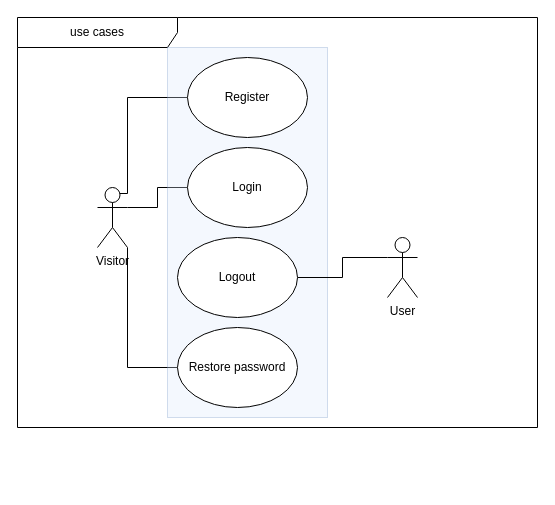
Above: docs/raw_diags/use_cases.drawio in lyphrowny/Porphiriy_2 (draw.io), before the change. Source tidied: cells renumbered, new cells numbered last; positions are measured from the earlier drawing's top-left corner, leaving out a move shared by most shapes. Both pictures are drawn from the tidied source at 100%, with x=0, y=0 at pixel (17, 17).
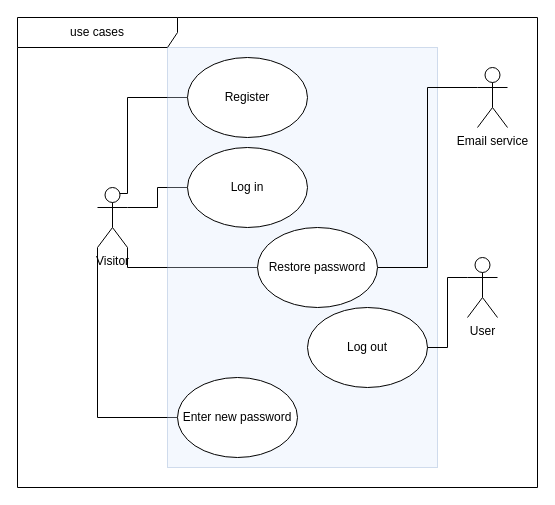
After the change.

Diff of the diagram source:
```diff
@@
 <mxGraphModel>
   <root>
     <mxCell id="0" />
     <mxCell id="1" parent="0" />
     <mxCell id="2" style="edgeStyle=orthogonalEdgeStyle;rounded=0;jettySize=auto;html=1;exitX=0.75;exitY=0.1;exitDx=0;exitDy=0;exitPerimeter=0;entryX=0;entryY=0.5;entryDx=0;entryDy=0;endArrow=none;endFill=0;" parent="1" edge="1" source="5" target="10">
       <mxGeometry relative="1" as="geometry">
         <Array as="points">
           <mxPoint x="110" y="176" />
           <mxPoint x="110" y="80" />
         </Array>
       </mxGeometry>
     </mxCell>
     <mxCell id="3" style="edgeStyle=orthogonalEdgeStyle;rounded=0;jettySize=auto;html=1;exitX=1;exitY=0.3333333333333333;exitDx=0;exitDy=0;exitPerimeter=0;entryX=0;entryY=0.5;entryDx=0;entryDy=0;endArrow=none;endFill=0;" parent="1" edge="1" source="5" target="11">
       <mxGeometry relative="1" as="geometry" />
     </mxCell>
     <mxCell id="4" style="edgeStyle=orthogonalEdgeStyle;rounded=0;jettySize=auto;html=1;exitX=1;exitY=1;exitDx=0;exitDy=0;exitPerimeter=0;entryX=0;entryY=0.5;entryDx=0;entryDy=0;endArrow=none;endFill=0;" parent="1" edge="1" source="5" target="13">
       <mxGeometry relative="1" as="geometry" />
     </mxCell>
+    <mxCell id="14" style="edgeStyle=orthogonalEdgeStyle;rounded=0;jettySize=auto;html=1;exitX=0;exitY=1;exitDx=0;exitDy=0;exitPerimeter=0;entryX=0;entryY=0.5;entryDx=0;entryDy=0;endArrow=none;endFill=0;" parent="1" edge="1" source="5" target="15">
+      <mxGeometry relative="1" as="geometry" />
+    </mxCell>
     <mxCell id="5" value="Visitor" style="shape=umlActor;verticalLabelPosition=bottom;verticalAlign=top;html=1;outlineConnect=0;" parent="1" vertex="1">
       <mxGeometry x="80" y="170" width="30" height="60" as="geometry" />
     </mxCell>
     <mxCell id="6" value="use cases" style="shape=umlFrame;whiteSpace=wrap;html=1;width=160;" parent="1" vertex="1">
-      <mxGeometry width="520" height="410" as="geometry" />
+      <mxGeometry width="520" height="470" as="geometry" />
     </mxCell>
     <mxCell id="7" style="rounded=0;whiteSpace=wrap;html=1;opacity=30;fillColor=#dae8fc;strokeColor=#6c8ebf;" parent="6" vertex="1">
-      <mxGeometry x="150" y="30" width="160" height="370" as="geometry" />
+      <mxGeometry x="150" y="30" width="270" height="420" as="geometry" />
     </mxCell>
     <mxCell id="8" value="User" style="shape=umlActor;verticalLabelPosition=bottom;verticalAlign=top;html=1;outlineConnect=0;" parent="6" vertex="1">
-      <mxGeometry x="370" y="220" width="30" height="60" as="geometry" />
+      <mxGeometry x="450" y="240" width="30" height="60" as="geometry" />
     </mxCell>
+    <mxCell id="15" value="Enter new password" style="ellipse;whiteSpace=wrap;html=1;" parent="6" vertex="1">
+      <mxGeometry x="160" y="360" width="120" height="80" as="geometry" />
+    </mxCell>
+    <mxCell id="16" style="edgeStyle=orthogonalEdgeStyle;rounded=0;jettySize=auto;html=1;exitX=0;exitY=0.3333333333333333;exitDx=0;exitDy=0;exitPerimeter=0;endArrow=none;endFill=0;entryX=1;entryY=0.5;entryDx=0;entryDy=0;" parent="6" edge="1" source="17" target="13">
+      <mxGeometry relative="1" as="geometry" />
+    </mxCell>
+    <mxCell id="17" value="Email service" style="shape=umlActor;verticalLabelPosition=bottom;verticalAlign=top;html=1;outlineConnect=0;" parent="6" vertex="1">
+      <mxGeometry x="460" y="50" width="30" height="60" as="geometry" />
+    </mxCell>
+    <mxCell id="12" value="Log out" style="ellipse;whiteSpace=wrap;html=1;" parent="6" vertex="1">
+      <mxGeometry x="290" y="290" width="120" height="80" as="geometry" />
+    </mxCell>
-    <mxCell id="9" style="edgeStyle=orthogonalEdgeStyle;rounded=0;jettySize=auto;html=1;exitX=0;exitY=0.3333333333333333;exitDx=0;exitDy=0;exitPerimeter=0;entryX=1;entryY=0.5;entryDx=0;entryDy=0;endArrow=none;endFill=0;" parent="1" edge="1" source="8" target="12">
+    <mxCell id="9" style="edgeStyle=orthogonalEdgeStyle;rounded=0;jettySize=auto;html=1;exitX=0;exitY=0.3333333333333333;exitDx=0;exitDy=0;exitPerimeter=0;entryX=1;entryY=0.5;entryDx=0;entryDy=0;endArrow=none;endFill=0;" parent="6" edge="1" source="8" target="12">
       <mxGeometry relative="1" as="geometry" />
     </mxCell>
+    <mxCell id="13" value="Restore password" style="ellipse;whiteSpace=wrap;html=1;" parent="6" vertex="1">
+      <mxGeometry x="240" y="210" width="120" height="80" as="geometry" />
+    </mxCell>
     <mxCell id="10" value="Register" style="ellipse;whiteSpace=wrap;html=1;" parent="1" vertex="1">
       <mxGeometry x="170" y="40" width="120" height="80" as="geometry" />
     </mxCell>
-    <mxCell id="11" value="Login" style="ellipse;whiteSpace=wrap;html=1;" parent="1" vertex="1">
+    <mxCell id="11" value="Log in" style="ellipse;whiteSpace=wrap;html=1;" parent="1" vertex="1">
       <mxGeometry x="170" y="130" width="120" height="80" as="geometry" />
     </mxCell>
-    <mxCell id="12" value="Logout" style="ellipse;whiteSpace=wrap;html=1;" parent="1" vertex="1">
-      <mxGeometry x="160" y="220" width="120" height="80" as="geometry" />
-    </mxCell>
-    <mxCell id="13" value="Restore password" style="ellipse;whiteSpace=wrap;html=1;" parent="1" vertex="1">
-      <mxGeometry x="160" y="310" width="120" height="80" as="geometry" />
-    </mxCell>
   </root>
 </mxGraphModel>
```
